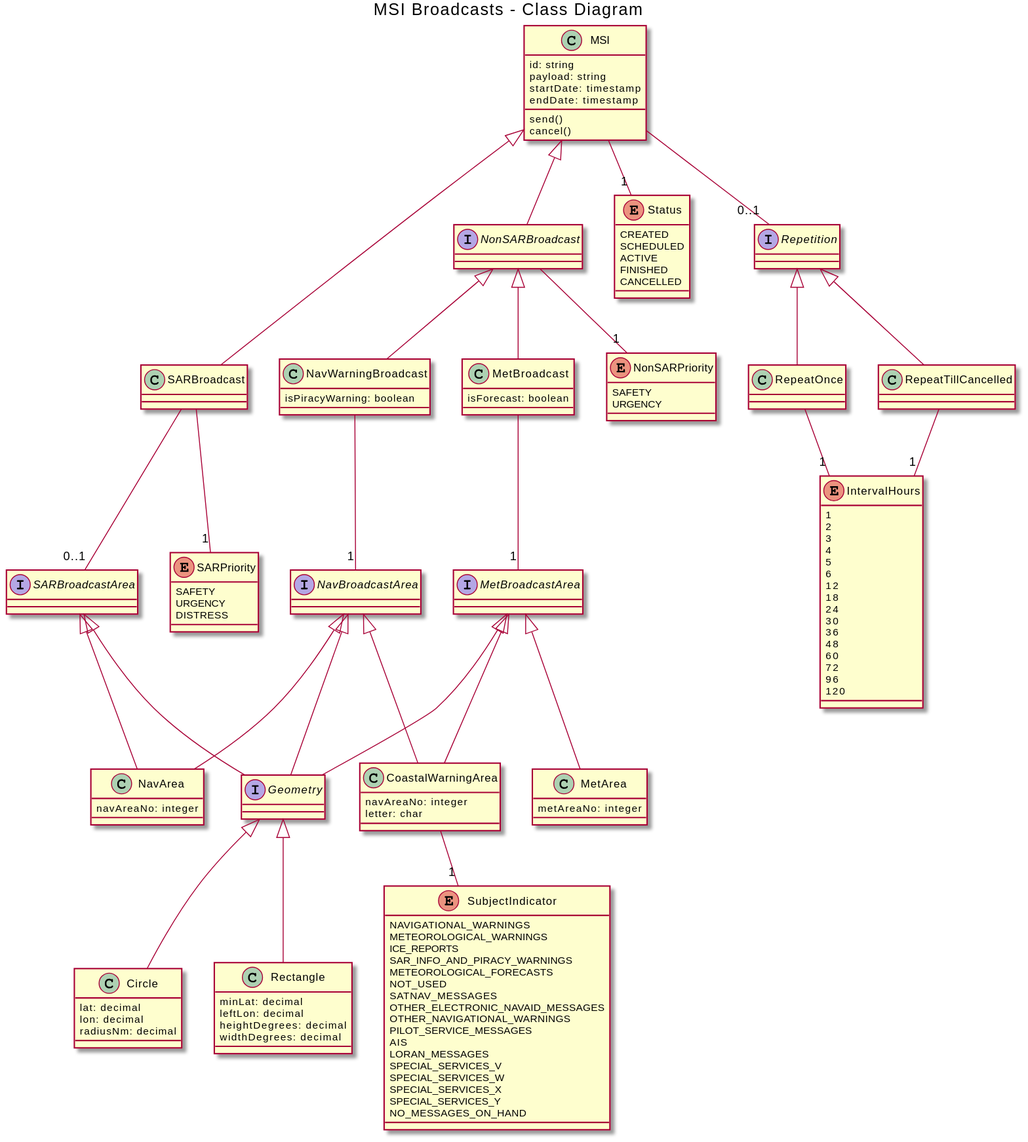
Above: diagrams/msi-class-diagram.svg in amsa-code/egc-api (PlantUML), before the change. Source of this version:
```plantuml
@startuml
title MSI Broadcasts - Class Diagram

class MSI {
  id: string
  payload: string
  startDate: timestamp
  endDate: timestamp
  send()
  cancel()
}

class SARBroadcast
interface NonSARBroadcast
class MetBroadcast {
  isForecast: boolean
}
class NavWarningBroadcast {
  isPiracyWarning: boolean
}

enum SARPriority {
  SAFETY
  URGENCY
  DISTRESS
}
enum NonSARPriority {
  SAFETY
  URGENCY
}
enum Status {
  CREATED
  SCHEDULED
  ACTIVE
  FINISHED
  CANCELLED
}
enum IntervalHours {
  1
  2
  3
  4
  5
  6
  12
  18
  24
  30
  36
  48
  60
  72
  96
  120
}

interface Repetition
class RepeatOnce
class RepeatTillCancelled

MSI -- "0..1" Repetition
Repetition <|-- RepeatOnce
Repetition <|-- RepeatTillCancelled
RepeatOnce -- "1" IntervalHours
RepeatTillCancelled  -- "1" IntervalHours

class MetArea {
  metAreaNo: integer
}
class NavArea {
  navAreaNo: integer
}
class CoastalWarningArea {
  navAreaNo: integer
  letter: char
}

enum SubjectIndicator {
  NAVIGATIONAL_WARNINGS
  METEOROLOGICAL_WARNINGS
  ICE_REPORTS
  SAR_INFO_AND_PIRACY_WARNINGS
  METEOROLOGICAL_FORECASTS
  NOT_USED
  SATNAV_MESSAGES
  OTHER_ELECTRONIC_NAVAID_MESSAGES
  OTHER_NAVIGATIONAL_WARNINGS
  PILOT_SERVICE_MESSAGES
  AIS
  LORAN_MESSAGES
  SPECIAL_SERVICES_V
  SPECIAL_SERVICES_W
  SPECIAL_SERVICES_X
  SPECIAL_SERVICES_Y
  NO_MESSAGES_ON_HAND
}
CoastalWarningArea -- "1" SubjectIndicator

interface SARBroadcastArea

class Circle {
  lat: decimal
  lon: decimal
  radiusNm: decimal
}
class Rectangle {
  minLat: decimal
  leftLon: decimal
  heightDegrees: decimal
  widthDegrees: decimal
}
interface Geometry
interface NavBroadcastArea
interface MetBroadcastArea

Geometry <|-- Circle
Geometry <|-- Rectangle

NavBroadcastArea <|-- NavArea
NavBroadcastArea <|-- CoastalWarningArea
NavBroadcastArea <|-- Geometry

MetBroadcastArea <|-- Geometry
MetBroadcastArea <|-- CoastalWarningArea
MetBroadcastArea <|-- MetArea

SARBroadcastArea <|-- Geometry
SARBroadcastArea <|-- NavArea

MSI <|-- SARBroadcast
MSI <|-- NonSARBroadcast
NonSARBroadcast <|-- MetBroadcast
NonSARBroadcast <|-- NavWarningBroadcast

SARBroadcast  -- "0..1" SARBroadcastArea
MetBroadcast  -- "1" MetBroadcastArea
NavWarningBroadcast  -- "1" NavBroadcastArea

NonSARBroadcast -- "1" NonSARPriority
SARBroadcast -- "1" SARPriority
MSI -- "1" Status
@enduml
```
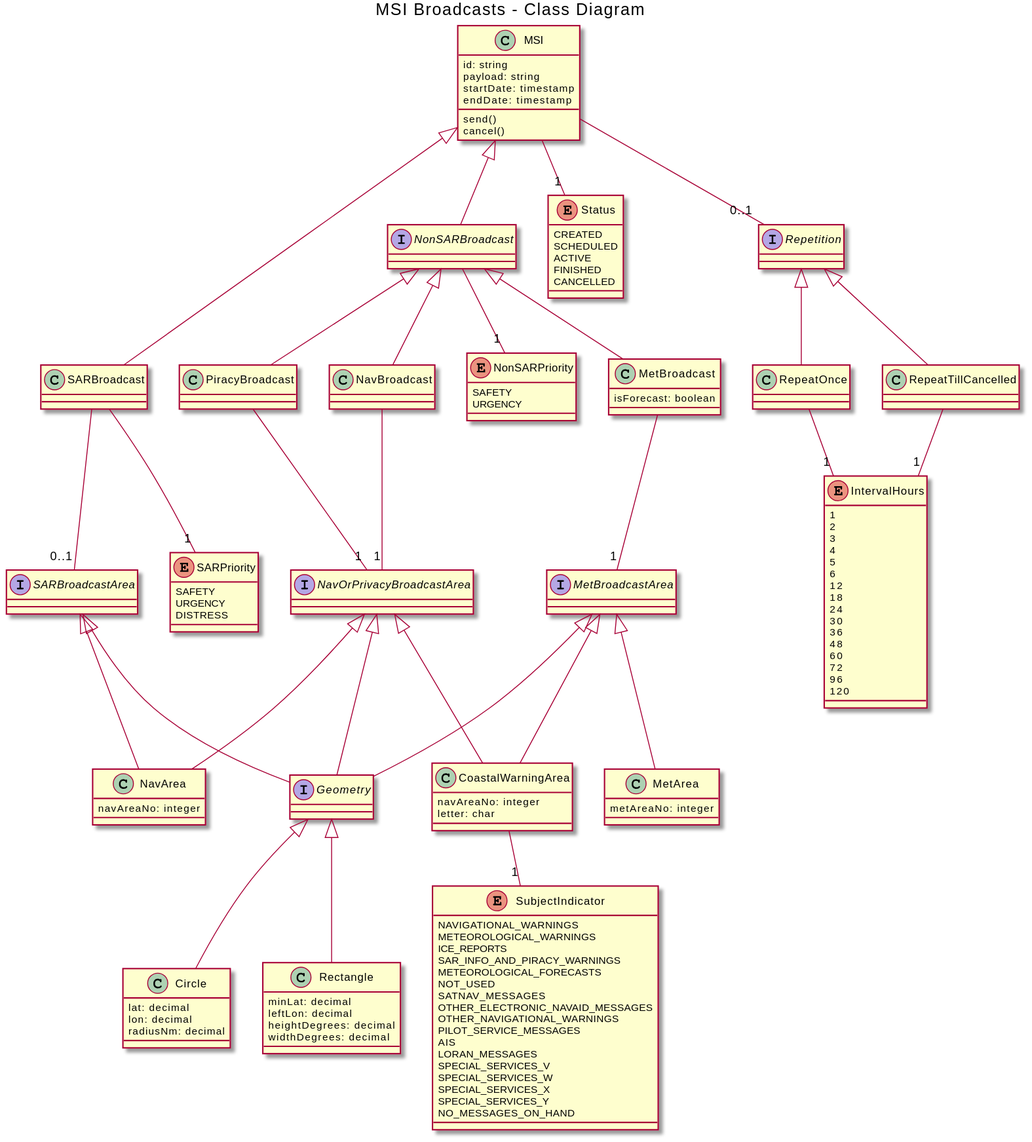
After the commit.

Diff of the diagram source:
```diff
@@ -15,9 +15,8 @@
 class MetBroadcast {
   isForecast: boolean
 }
-class NavWarningBroadcast {
-  isPiracyWarning: boolean
-}
+class NavBroadcast
+class PiracyBroadcast
 
 enum SARPriority {
   SAFETY
@@ -110,15 +109,15 @@
   widthDegrees: decimal
 }
 interface Geometry
-interface NavBroadcastArea
+interface NavOrPrivacyBroadcastArea
 interface MetBroadcastArea
 
 Geometry <|-- Circle
 Geometry <|-- Rectangle
 
-NavBroadcastArea <|-- NavArea
-NavBroadcastArea <|-- CoastalWarningArea
-NavBroadcastArea <|-- Geometry
+NavOrPrivacyBroadcastArea <|-- NavArea
+NavOrPrivacyBroadcastArea <|-- CoastalWarningArea
+NavOrPrivacyBroadcastArea <|-- Geometry
 
 MetBroadcastArea <|-- Geometry
 MetBroadcastArea <|-- CoastalWarningArea
@@ -130,11 +129,13 @@
 MSI <|-- SARBroadcast
 MSI <|-- NonSARBroadcast
 NonSARBroadcast <|-- MetBroadcast
-NonSARBroadcast <|-- NavWarningBroadcast
+NonSARBroadcast <|-- NavBroadcast
+NonSARBroadcast <|-- PiracyBroadcast
 
 SARBroadcast  -- "0..1" SARBroadcastArea
 MetBroadcast  -- "1" MetBroadcastArea
-NavWarningBroadcast  -- "1" NavBroadcastArea
+NavBroadcast  -- "1" NavOrPrivacyBroadcastArea
+PiracyBroadcast  -- "1" NavOrPrivacyBroadcastArea
 
 NonSARBroadcast -- "1" NonSARPriority
 SARBroadcast -- "1" SARPriority
```
